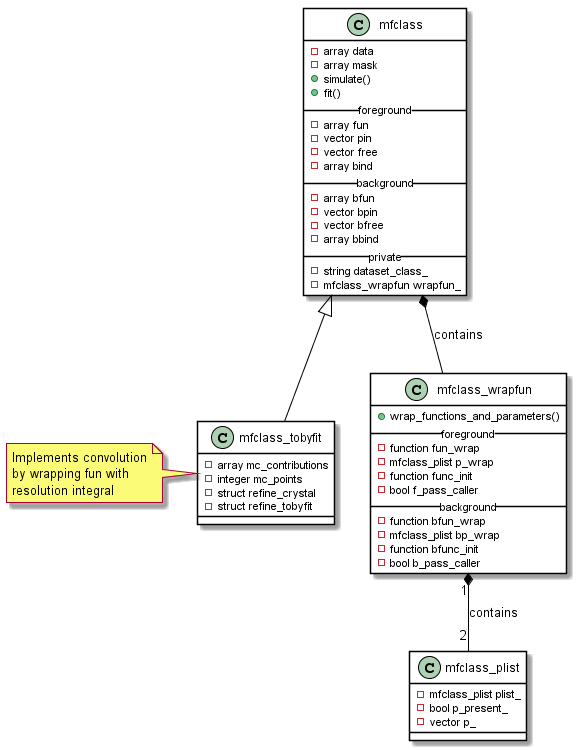
Before: resolution/design/images/mfclass_diagram.png, a diagram exported from PlantUML (pace-neutrons/pace-developers).
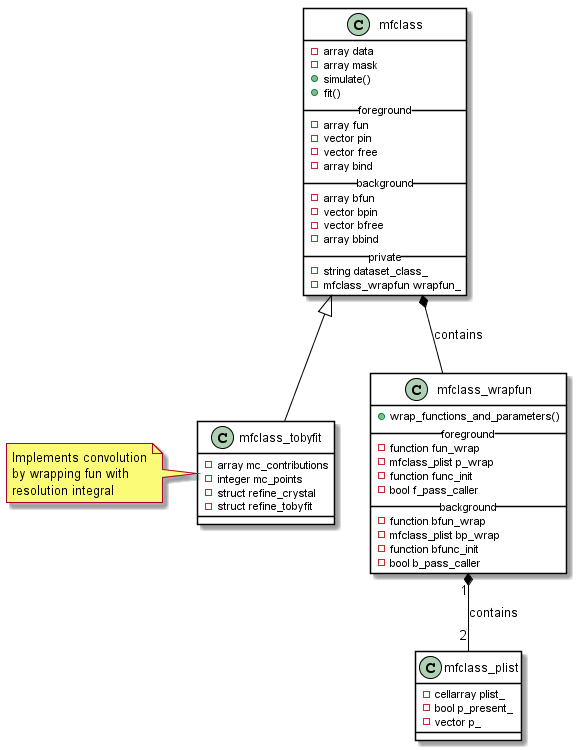
After the change.

Diff of the diagram source:
```diff
@@ -48,7 +48,7 @@
 }
 
 class mfclass_plist{
-    - mfclass_plist plist_
+    - cellarray plist_
     - bool p_present_
     - vector p_
 }
```
